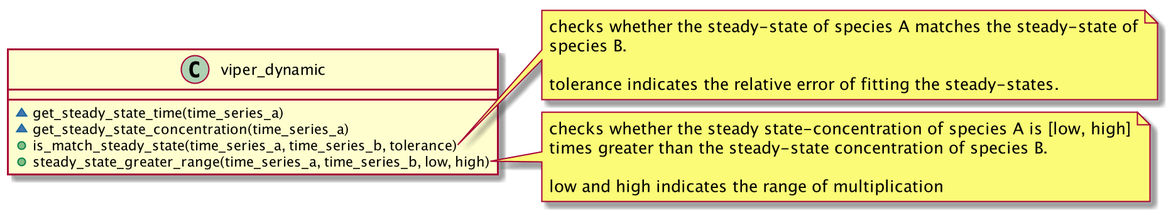
This is object_model.png from sys-bio/SBviper, a PlantUML export, as it was before one commit.
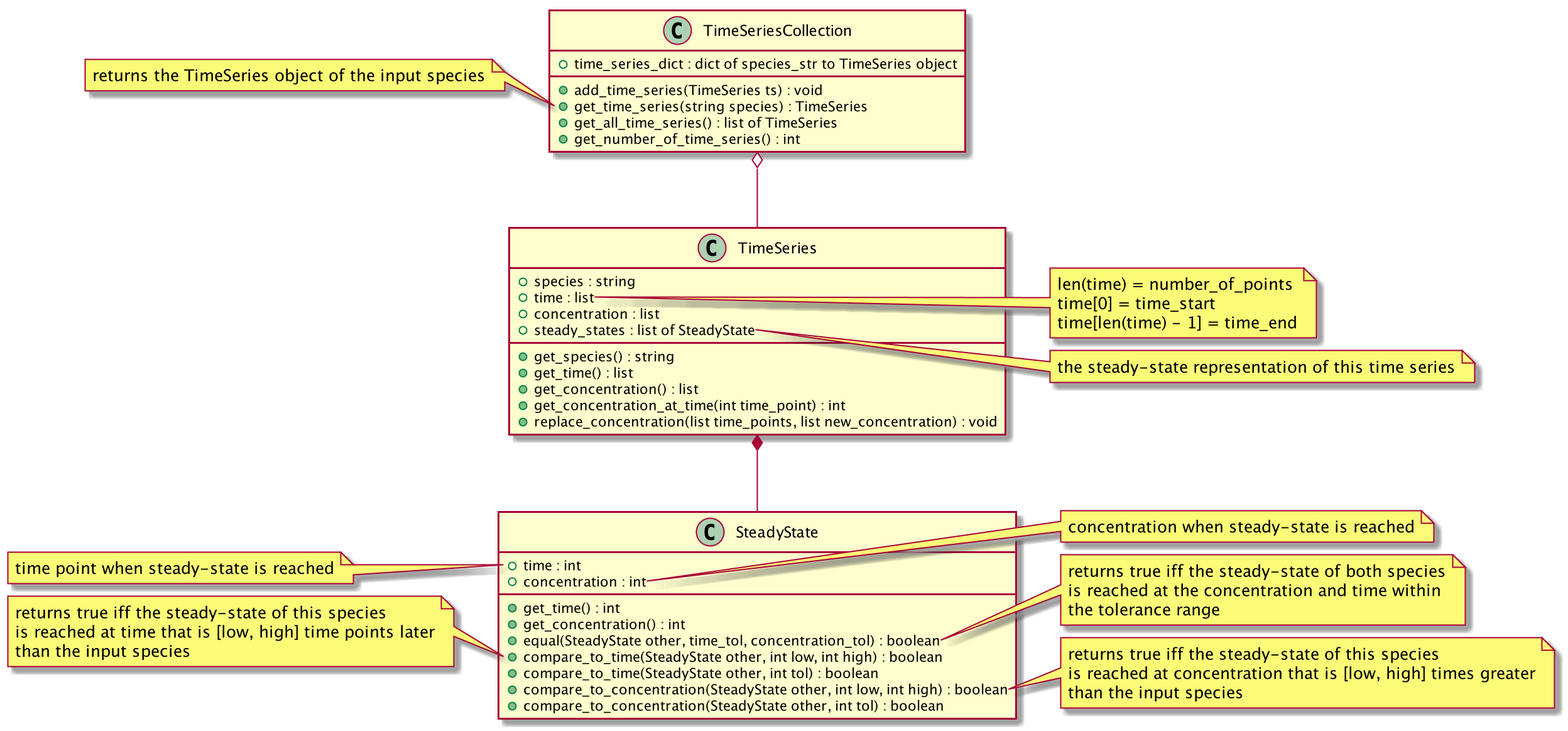
Later version of the same file.

Change to the diagram source:
```diff
@@ -1,23 +1,79 @@
 @startuml
-class viper_dynamic {
-    ~get_steady_state_time(time_series_a)
-    ~get_steady_state_concentration(time_series_a)
-    +is_match_steady_state(time_series_a, time_series_b, tolerance)
-    +steady_state_greater_range(time_series_a, time_series_b, low, high)
+
+TimeSeriesCollection o-- TimeSeries
+
+TimeSeries *-- SteadyState
+
+class TimeSeriesCollection {
+    +time_series_dict : dict of species_str to TimeSeries object
+    +add_time_series(TimeSeries ts) : void
+    +get_time_series(string species) : TimeSeries
+    +get_all_time_series() : list of TimeSeries
+    +get_number_of_time_series() : int
 }
 
-note right of viper_dynamic::is_match_steady_state
-  checks whether the steady-state of species A matches the steady-state of
-  species B.
+class TimeSeries {
+    +species : string
+    +time : list
+    +concentration : list
+    +steady_states : list of SteadyState
+    +get_species() : string
+    +get_time() : list
+    +get_concentration() : list
+    +get_concentration_at_time(int time_point) : int
+    +replace_concentration(list time_points, list new_concentration) : void
+}
 
-  tolerance indicates the relative error of fitting the steady-states.
-end note
+class SteadyState {
+    +time : int
+    +concentration : int
+    +get_time() : int
+    +get_concentration() : int
+    +equal(SteadyState other, time_tol, concentration_tol) : boolean
+    +compare_to_time(SteadyState other, int low, int high) : boolean
+    +compare_to_time(SteadyState other, int tol) : boolean
+    +compare_to_concentration(SteadyState other, int low, int high) : boolean
+    +compare_to_concentration(SteadyState other, int tol) : boolean
+}
 
-note right of viper_dynamic::steady_state_greater_range
-  checks whether the steady state-concentration of species A is [low, high]
-  times greater than the steady-state concentration of species B.
+note left of TimeSeriesCollection::get_time_series {
+    returns the TimeSeries object of the input species
+}
 
-  low and high indicates the range of multiplication
-end note
+note right of TimeSeries::time {
+    len(time) = number_of_points
+    time[0] = time_start
+    time[len(time) - 1] = time_end
+}
+
+note right of TimeSeries::steady_state {
+    the steady-state representation of this time series
+}
+
+note left of SteadyState::time {
+    time point when steady-state is reached
+}
+
+note right of SteadyState::concentration {
+    concentration when steady-state is reached
+}
+
+note right of SteadyState::equal {
+    returns true iff the steady-state of both species
+    is reached at the concentration and time within
+    the tolerance range
+}
+
+note left of SteadyState::compare_to_time {
+    returns true iff the steady-state of this species
+    is reached at time that is [low, high] time points later
+    than the input species
+}
+
+note right of SteadyState::compare_to_concentration {
+    returns true iff the steady-state of this species
+    is reached at concentration that is [low, high] times greater
+    than the input species
+}
 
 @enduml
```
